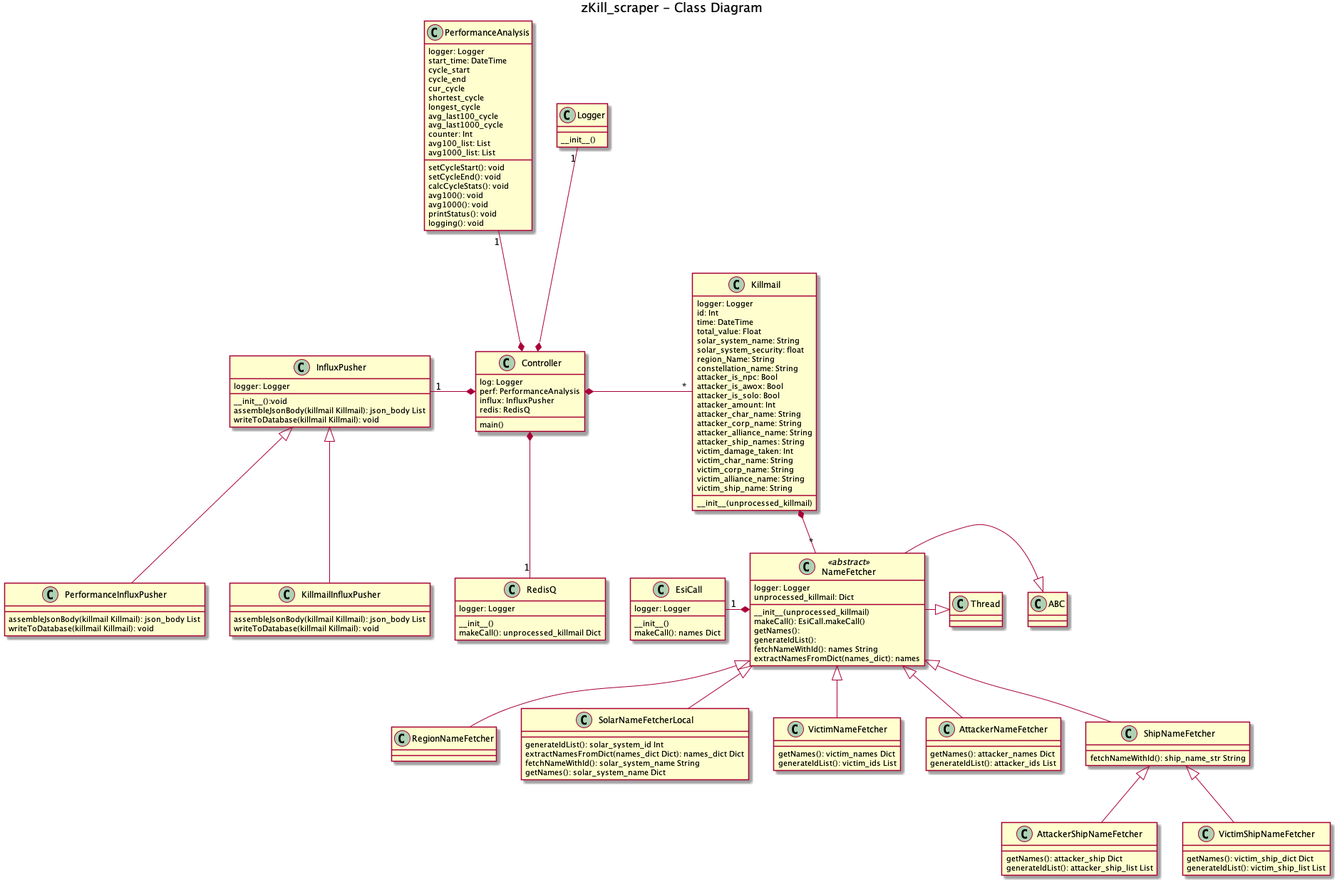
Before: src/ressources/UML.png, a diagram exported from PlantUML (leonahess/zFlux). Its diagram source:
```plantuml
@startuml

title zKill_scraper - Class Diagram

class Thread
class ABC

class Controller{
    log: Logger
    perf: PerformanceAnalysis
    influx: InfluxPusher
    redis: RedisQ

    main()
}

class Killmail {
    logger: Logger
    id: Int
    time: DateTime
    total_value: Float
    solar_system_name: String
    solar_system_security: float
    region_Name: String
    constellation_name: String
    attacker_is_npc: Bool
    attacker_is_awox: Bool
    attacker_is_solo: Bool
    attacker_amount: Int
    attacker_char_name: String
    attacker_corp_name: String
    attacker_alliance_name: String
    attacker_ship_names: String
    victim_damage_taken: Int
    victim_char_name: String
    victim_corp_name: String
    victim_alliance_name: String
    victim_ship_name: String


  __init__(unprocessed_killmail)
}

class Logger{
    __init__()
}

class PerformanceAnalysis{
    logger: Logger
    start_time: DateTime
    cycle_start
    cycle_end
    cur_cycle
    shortest_cycle
    longest_cycle
    avg_last100_cycle
    avg_last1000_cycle
    counter: Int
    avg100_list: List
    avg1000_list: List

    setCycleStart(): void
    setCycleEnd(): void
    calcCycleStats(): void
    avg100(): void
    avg1000(): void
    printStatus(): void
    logging(): void
}

class InfluxPusher{
    logger: Logger
    __init__():void
    assembleJsonBody(killmail Killmail): json_body List
    writeToDatabase(killmail Killmail): void

}

class PerformanceInfluxPusher{
    assembleJsonBody(killmail Killmail): json_body List
    writeToDatabase(killmail Killmail): void
}
class KillmailInfluxPusher{
    assembleJsonBody(killmail Killmail): json_body List
    writeToDatabase(killmail Killmail): void
}

class RedisQ{
    logger: Logger
    __init__()
    makeCall(): unprocessed_killmail Dict
}

class EsiCall{
    logger: Logger
    __init__()
    makeCall(): names Dict

}

class NameFetcher << abstract >>{
    logger: Logger
    unprocessed_killmail: Dict
    __init__(unprocessed_killmail)
    makeCall(): EsiCall.makeCall()
    getNames():
    generateIdList():
    fetchNameWithId(): names String
    extractNamesFromDict(names_dict): names
}

class RegionNameFetcher

class SolarNameFetcherLocal{
    generateIdList(): solar_system_id Int
    extractNamesFromDict(names_dict Dict): names_dict Dict
    fetchNameWithId(): solar_system_name String
    getNames(): solar_system_name Dict
}

class VictimNameFetcher{
    getNames(): victim_names Dict
    generateIdList(): victim_ids List
}

class AttackerNameFetcher{
    getNames(): attacker_names Dict
    generateIdList(): attacker_ids List
}

class ShipNameFetcher{
    fetchNameWithId(): ship_name_str String
}

class AttackerShipNameFetcher{
    getNames(): attacker_ship Dict
    generateIdList(): attacker_ship_list List
}

class VictimShipNameFetcher{
    getNames(): victim_ship_dict Dict
    generateIdList(): victim_ship_list List
}

ABC <|-left- NameFetcher
Thread <|-left- NameFetcher

NameFetcher <|-down- SolarNameFetcherLocal
NameFetcher <|-down- RegionNameFetcher
NameFetcher <|-down- AttackerNameFetcher
NameFetcher <|-down- VictimNameFetcher
NameFetcher <|-down- ShipNameFetcher
ShipNameFetcher <|-down- AttackerShipNameFetcher
ShipNameFetcher <|-down- VictimShipNameFetcher

NameFetcher *-left- "1" EsiCall

InfluxPusher <|-down- PerformanceInfluxPusher
InfluxPusher <|-down- KillmailInfluxPusher

Controller *-up- "1" Logger
Controller *-up- "1" PerformanceAnalysis
Controller *-down- "1" RedisQ
Controller *-right- "*" Killmail
Controller *-left- "1" InfluxPusher
Killmail *-down- "*" NameFetcher

@enduml
```
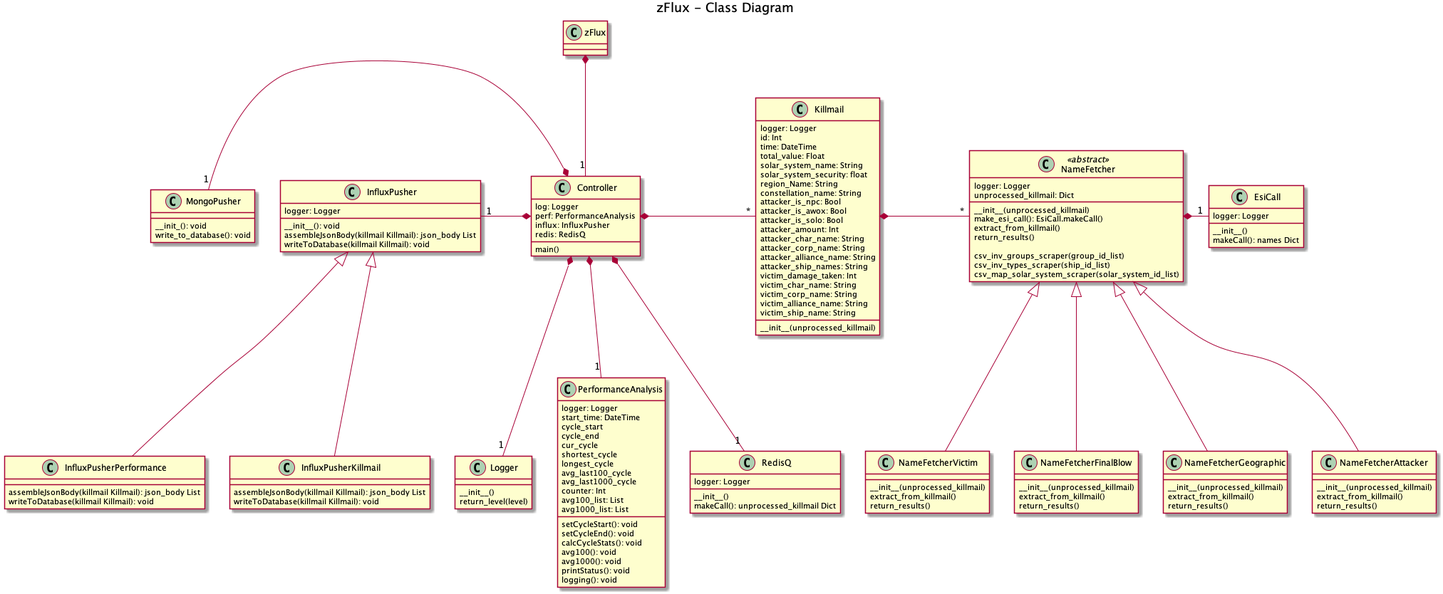
After the change.

Commit message:
Updated README.md and UML Diagram

The edit, as a diff of the source:
```diff
@@ -1,9 +1,8 @@
 @startuml
 
-title zKill_scraper - Class Diagram
+title zFlux - Class Diagram
 
-class Thread
-class ABC
+class zFlux
 
 class Controller{
     log: Logger
@@ -43,6 +42,7 @@
 
 class Logger{
     __init__()
+    return_level(level)
 }
 
 class PerformanceAnalysis{
@@ -68,19 +68,24 @@
     logging(): void
 }
 
+class MongoPusher{
+    __init_(): void
+    write_to_database(): void
+}
+
 class InfluxPusher{
     logger: Logger
-    __init__():void
+    __init__(): void
     assembleJsonBody(killmail Killmail): json_body List
     writeToDatabase(killmail Killmail): void
 
 }
 
-class PerformanceInfluxPusher{
+class InfluxPusherPerformance{
     assembleJsonBody(killmail Killmail): json_body List
     writeToDatabase(killmail Killmail): void
 }
-class KillmailInfluxPusher{
+class InfluxPusherKillmail{
     assembleJsonBody(killmail Killmail): json_body List
     writeToDatabase(killmail Killmail): void
 }
@@ -101,68 +106,59 @@
 class NameFetcher << abstract >>{
     logger: Logger
     unprocessed_killmail: Dict
+
     __init__(unprocessed_killmail)
-    makeCall(): EsiCall.makeCall()
-    getNames():
-    generateIdList():
-    fetchNameWithId(): names String
-    extractNamesFromDict(names_dict): names
+    make_esi_call(): EsiCall.makeCall()
+    extract_from_killmail()
+    return_results()
+
+    csv_inv_groups_scraper(group_id_list)
+    csv_inv_types_scraper(ship_id_list)
+    csv_map_solar_system_scraper(solar_system_id_list)
 }
 
-class RegionNameFetcher
-
-class SolarNameFetcherLocal{
-    generateIdList(): solar_system_id Int
-    extractNamesFromDict(names_dict Dict): names_dict Dict
-    fetchNameWithId(): solar_system_name String
-    getNames(): solar_system_name Dict
+class NameFetcherAttacker{
+    __init__(unprocessed_killmail)
+    extract_from_killmail()
+    return_results()
 }
 
-class VictimNameFetcher{
-    getNames(): victim_names Dict
-    generateIdList(): victim_ids List
+class NameFetcherVictim{
+    __init__(unprocessed_killmail)
+    extract_from_killmail()
+    return_results()
 }
 
-class AttackerNameFetcher{
-    getNames(): attacker_names Dict
-    generateIdList(): attacker_ids List
+Class NameFetcherFinalBlow{
+    __init__(unprocessed_killmail)
+    extract_from_killmail()
+    return_results()
 }
 
-class ShipNameFetcher{
-    fetchNameWithId(): ship_name_str String
+class NameFetcherGeographic{
+    __init__(unprocessed_killmail)
+    extract_from_killmail()
+    return_results()
 }
 
-class AttackerShipNameFetcher{
-    getNames(): attacker_ship Dict
-    generateIdList(): attacker_ship_list List
-}
+NameFetcher <|-down- NameFetcherAttacker
+NameFetcher <|-down- NameFetcherVictim
+NameFetcher <|-down- NameFetcherFinalBlow
+NameFetcher <|-down- NameFetcherGeographic
 
-class VictimShipNameFetcher{
-    getNames(): victim_ship_dict Dict
-    generateIdList(): victim_ship_list List
-}
+NameFetcher *-right- "1" EsiCall
 
-ABC <|-left- NameFetcher
-Thread <|-left- NameFetcher
+InfluxPusher <|-down- InfluxPusherPerformance
+InfluxPusher <|-down- InfluxPusherKillmail
 
-NameFetcher <|-down- SolarNameFetcherLocal
-NameFetcher <|-down- RegionNameFetcher
-NameFetcher <|-down- AttackerNameFetcher
-NameFetcher <|-down- VictimNameFetcher
-NameFetcher <|-down- ShipNameFetcher
-ShipNameFetcher <|-down- AttackerShipNameFetcher
-ShipNameFetcher <|-down- VictimShipNameFetcher
-
-NameFetcher *-left- "1" EsiCall
-
-InfluxPusher <|-down- PerformanceInfluxPusher
-InfluxPusher <|-down- KillmailInfluxPusher
-
-Controller *-up- "1" Logger
-Controller *-up- "1" PerformanceAnalysis
+Controller *-down- "1" Logger
+Controller *-down- "1" PerformanceAnalysis
 Controller *-down- "1" RedisQ
 Controller *-right- "*" Killmail
 Controller *-left- "1" InfluxPusher
-Killmail *-down- "*" NameFetcher
+Controller *-left- "1" MongoPusher
 
+Killmail *-right- "*" NameFetcher
+
+zFlux *-down- "1" Controller
 @enduml
```
